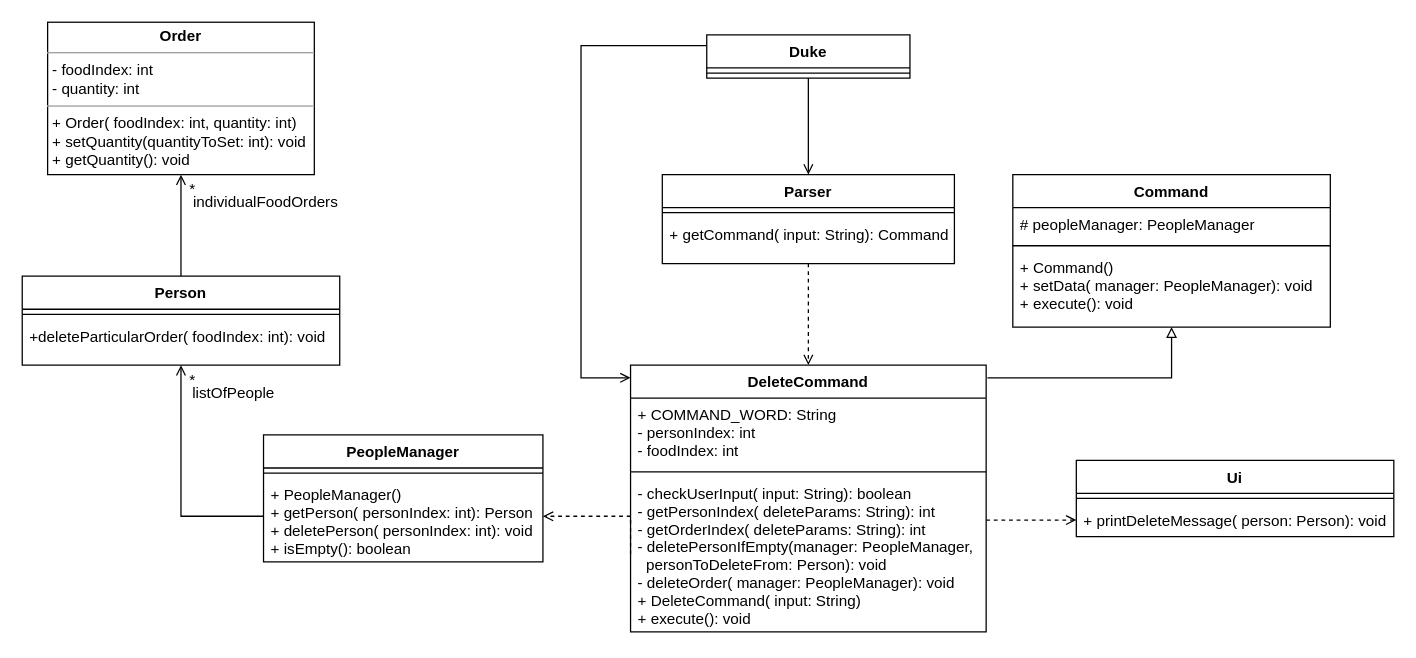
The draw.io diagram UMLdiagrams/DeleteCommandDiagram/DeleteCommand Diagram.drawio in thaddyyz/tp, before the edit. Source tidied: cells renumbered, new cells numbered last; positions are measured from the earlier drawing's top-left corner, leaving out a move shared by most shapes. Both pictures are drawn from the tidied source at 127%, with x=0, y=0 at pixel (22, 22).
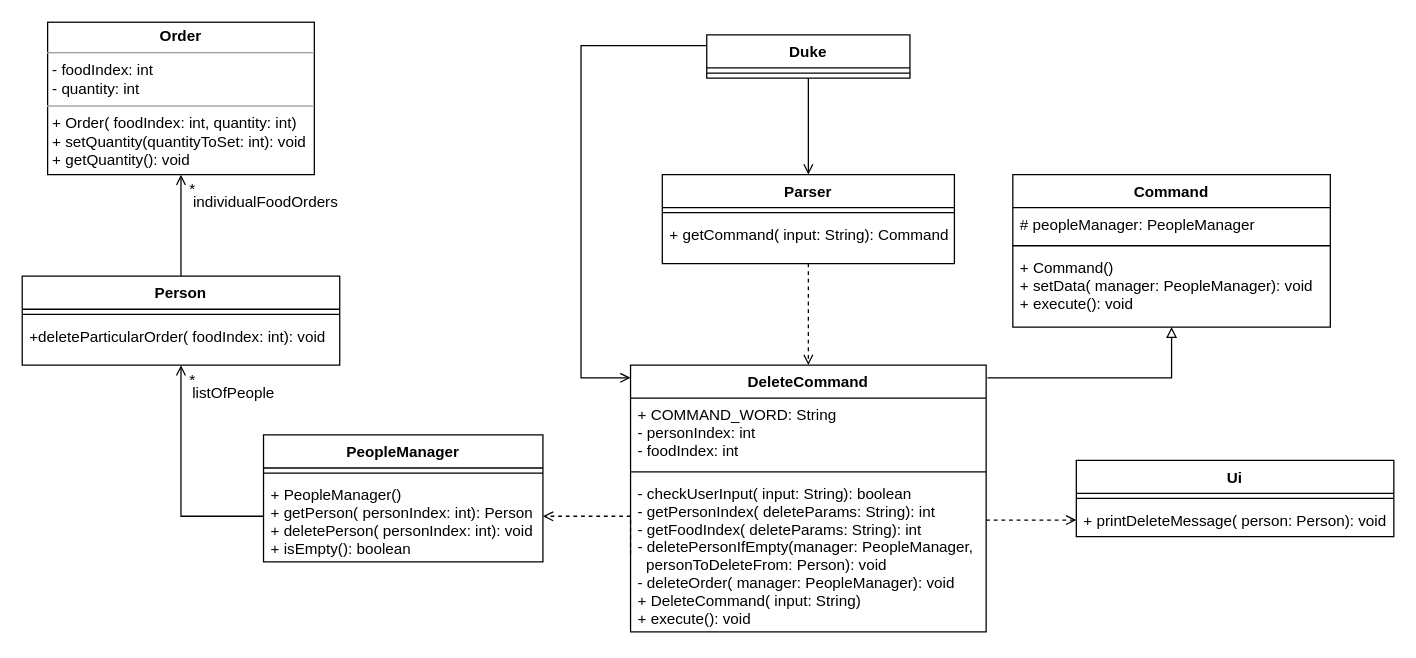
The same diagram, later.

The change refers to these unchanged cells:
```xml
<mxCell id="2" value="DeleteCommand" style="swimlane;fontStyle=1;align=center;verticalAlign=top;horizontal=1;startSize=26;rounded=0;shadow=0;strokeWidth=1;" parent="1" vertex="1">
  <mxGeometry x="479" y="270" width="280" height="210" as="geometry" />
</mxCell>
```

What changed in the source:
```diff
@@
-    <mxCell id="5" value="- checkUserInput( input: String): boolean&#10;- getPersonIndex( deleteParams: String): int&#10;- getOrderIndex( deleteParams: String): int&#10;- deletePersonIfEmpty(manager: PeopleManager,&#10;  personToDeleteFrom: Person): void&#10;- deleteOrder( manager: PeopleManager): void&#10;+ DeleteCommand( input: String)&#10;+ execute(): void" style="text;align=left;verticalAlign=top;spacingLeft=4;spacingRight=4;overflow=hidden;points=[[0,0.5],[1,0.5]];portConstraint=eastwest;" parent="2" vertex="1">
+    <mxCell id="5" value="- checkUserInput( input: String): boolean&#10;- getPersonIndex( deleteParams: String): int&#10;- getFoodIndex( deleteParams: String): int&#10;- deletePersonIfEmpty(manager: PeopleManager,&#10;  personToDeleteFrom: Person): void&#10;- deleteOrder( manager: PeopleManager): void&#10;+ DeleteCommand( input: String)&#10;+ execute(): void" style="text;align=left;verticalAlign=top;spacingLeft=4;spacingRight=4;overflow=hidden;points=[[0,0.5],[1,0.5]];portConstraint=eastwest;" parent="2" vertex="1">
       <mxGeometry y="88" width="280" height="122" as="geometry" />
     </mxCell>
```
